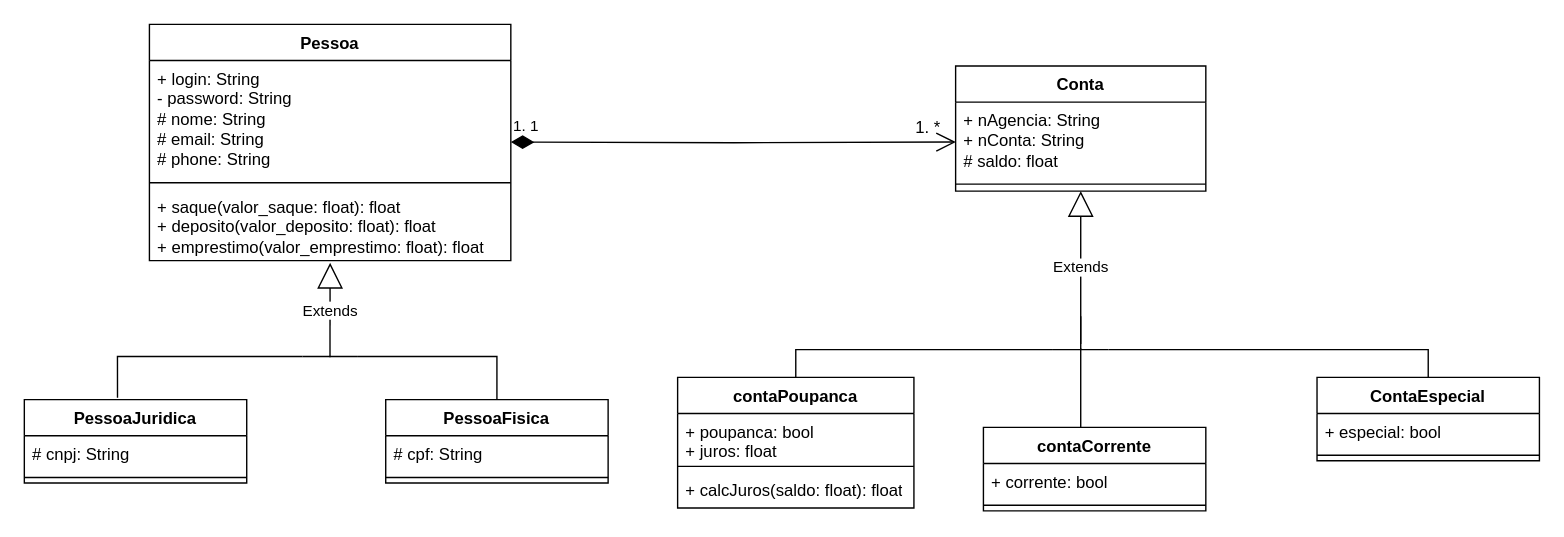
Before: Aula_02/Exercicios/ex001.drawio in Gabi-r7/Programacao_1_Cpp, a draw.io diagram. Source tidied: cells renumbered, new cells numbered last; positions are measured from the earlier drawing's top-left corner, leaving out a move shared by most shapes. Both pictures are drawn from the tidied source at 139%, with x=0, y=0 at pixel (24, 24).
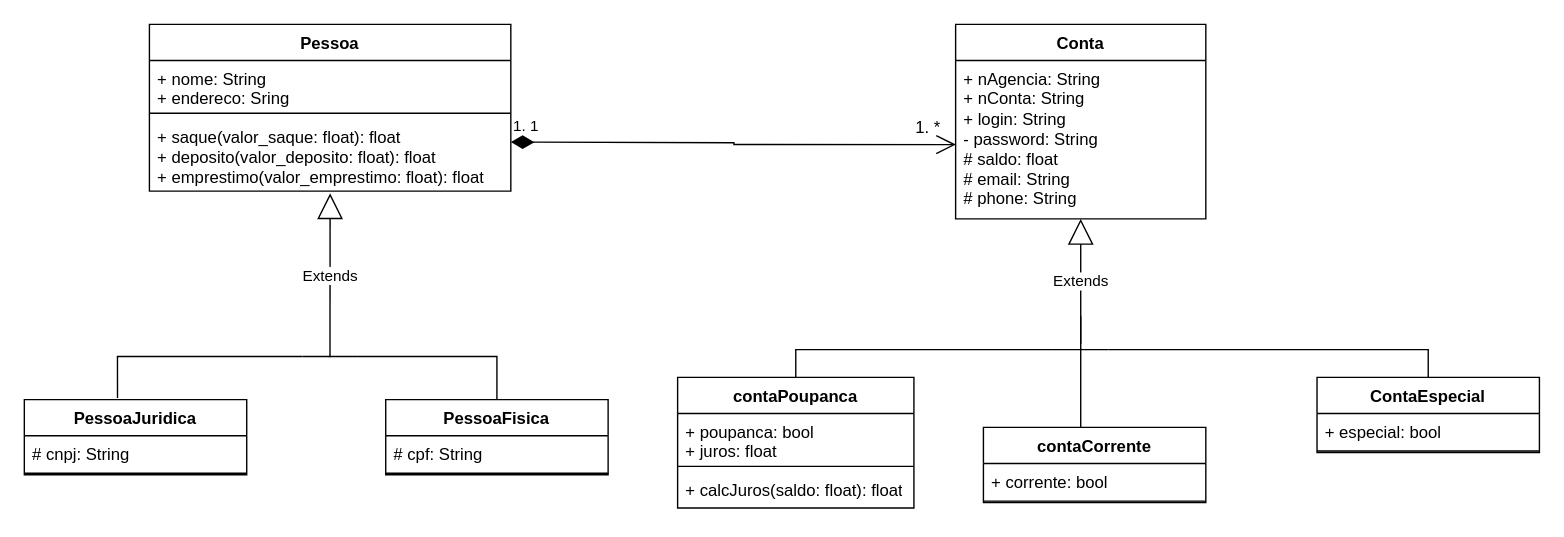
The same diagram, later.

Change to the diagram source:
```diff
@@
     <mxCell id="2" value="Pessoa" style="swimlane;fontStyle=1;align=center;verticalAlign=top;horizontal=1;startSize=26;whiteSpace=wrap;html=1;" parent="1" vertex="1">
-      <mxGeometry x="90" width="260" height="170" as="geometry" />
+      <mxGeometry x="90" width="260" height="120" as="geometry" />
     </mxCell>
-    <mxCell id="3" value="+ login: String&lt;div&gt;- password: String&lt;/div&gt;&lt;div&gt;# nome: String&lt;/div&gt;&lt;div&gt;# email: String&lt;/div&gt;&lt;div&gt;# phone: String&lt;/div&gt;" style="text;strokeColor=none;fillColor=none;align=left;verticalAlign=top;spacingLeft=4;spacingRight=4;overflow=hidden;whiteSpace=wrap;html=1;" parent="2" vertex="1">
-      <mxGeometry y="26" width="260" height="84" as="geometry" />
+    <mxCell id="3" value="&lt;div&gt;+ nome: String&lt;br&gt;&lt;/div&gt;&lt;div&gt;+ endereco: Sring&lt;/div&gt;" style="text;strokeColor=none;fillColor=none;align=left;verticalAlign=top;spacingLeft=4;spacingRight=4;overflow=hidden;whiteSpace=wrap;html=1;" parent="2" vertex="1">
+      <mxGeometry y="26" width="260" height="34" as="geometry" />
     </mxCell>
     <mxCell id="4" style="line;strokeWidth=1;fillColor=none;align=left;verticalAlign=middle;spacingTop=-1;spacingLeft=3;spacingRight=3;labelPosition=right;strokeColor=inherit;" parent="2" vertex="1">
-      <mxGeometry y="110" width="260" height="8" as="geometry" />
+      <mxGeometry y="60" width="260" height="8" as="geometry" />
     </mxCell>
     <mxCell id="5" value="+ saque(valor_saque: float): float&lt;div&gt;+ deposito(valor_deposito: float): float&lt;/div&gt;&lt;div&gt;+ emprestimo(valor_emprestimo: float): float&lt;/div&gt;" style="text;strokeColor=none;fillColor=none;align=left;verticalAlign=top;spacingLeft=4;spacingRight=4;overflow=hidden;points=[[0,0.5],[1,0.5]];portConstraint=eastwest;whiteSpace=wrap;html=1;rounded=0;glass=0;shadow=0;" parent="2" vertex="1">
-      <mxGeometry y="118" width="260" height="52" as="geometry" />
+      <mxGeometry y="68" width="260" height="52" as="geometry" />
     </mxCell>
     <mxCell id="6" value="Conta" style="swimlane;fontStyle=1;align=center;verticalAlign=top;horizontal=1;startSize=26;whiteSpace=wrap;html=1;" parent="1" vertex="1">
-      <mxGeometry x="670" y="30" width="180" height="90" as="geometry" />
+      <mxGeometry x="670" width="180" height="140" as="geometry" />
     </mxCell>
-    <mxCell id="7" value="&lt;div&gt;+ nAgencia: String&lt;/div&gt;&lt;div&gt;+ nConta: String&lt;/div&gt;# saldo: float" style="text;strokeColor=none;fillColor=none;align=left;verticalAlign=top;spacingLeft=4;spacingRight=4;overflow=hidden;points=[[0,0.5],[1,0.5]];portConstraint=eastwest;whiteSpace=wrap;html=1;" parent="6" vertex="1">
-      <mxGeometry y="26" width="180" height="54" as="geometry" />
+    <mxCell id="7" value="&lt;div&gt;+ nAgencia: String&lt;/div&gt;&lt;div&gt;&lt;span style=&quot;background-color: initial;&quot;&gt;+ nConta: String&lt;/span&gt;&lt;br&gt;&lt;/div&gt;&lt;div&gt;+ login: String&lt;div&gt;- password: String&lt;/div&gt;&lt;/div&gt;# saldo: float&lt;div&gt;&lt;div&gt;# email: String&lt;/div&gt;&lt;div&gt;# phone: String&lt;/div&gt;&lt;/div&gt;&lt;div&gt;&lt;br&gt;&lt;/div&gt;" style="text;strokeColor=none;fillColor=none;align=left;verticalAlign=top;spacingLeft=4;spacingRight=4;overflow=hidden;points=[[0,0.5],[1,0.5]];portConstraint=eastwest;whiteSpace=wrap;html=1;" parent="6" vertex="1">
+      <mxGeometry y="26" width="180" height="114" as="geometry" />
     </mxCell>
     <mxCell id="8" style="line;strokeWidth=1;fillColor=none;align=left;verticalAlign=middle;spacingTop=-1;spacingLeft=3;spacingRight=3;labelPosition=right;strokeColor=inherit;" parent="6" vertex="1">
-      <mxGeometry y="80" width="180" height="10" as="geometry" />
+      <mxGeometry y="140" width="180" as="geometry" />
     </mxCell>
     <mxCell id="9" value="PessoaJuridica" style="swimlane;fontStyle=1;align=center;verticalAlign=top;horizontal=1;startSize=26;whiteSpace=wrap;html=1;" parent="1" vertex="1">
-      <mxGeometry y="270" width="160" height="60" as="geometry" />
+      <mxGeometry y="270" width="160" height="54" as="geometry" />
     </mxCell>
@@
     <mxCell id="11" style="line;strokeWidth=1;fillColor=none;align=left;verticalAlign=middle;spacingTop=-1;spacingLeft=3;spacingRight=3;labelPosition=right;strokeColor=inherit;" parent="9" vertex="1">
-      <mxGeometry y="52" width="160" height="8" as="geometry" />
+      <mxGeometry y="52" width="160" height="2" as="geometry" />
     </mxCell>
     <mxCell id="12" value="PessoaFisica" style="swimlane;fontStyle=1;align=center;verticalAlign=top;horizontal=1;startSize=26;whiteSpace=wrap;html=1;" parent="1" vertex="1">
-      <mxGeometry x="260" y="270" width="160" height="60" as="geometry" />
+      <mxGeometry x="260" y="270" width="160" height="54" as="geometry" />
     </mxCell>
@@
     <mxCell id="14" style="line;strokeWidth=1;fillColor=none;align=left;verticalAlign=middle;spacingTop=-1;spacingLeft=3;spacingRight=3;labelPosition=right;strokeColor=inherit;" parent="12" vertex="1">
-      <mxGeometry y="52" width="160" height="8" as="geometry" />
+      <mxGeometry y="52" width="160" height="2" as="geometry" />
     </mxCell>
@@
     <mxCell id="24" value="ContaEspecial" style="swimlane;fontStyle=1;align=center;verticalAlign=top;horizontal=1;startSize=26;whiteSpace=wrap;html=1;" parent="1" vertex="1">
-      <mxGeometry x="930" y="254" width="160" height="60" as="geometry" />
+      <mxGeometry x="930" y="254" width="160" height="54" as="geometry" />
     </mxCell>
@@
     <mxCell id="26" style="line;strokeWidth=1;fillColor=none;align=left;verticalAlign=middle;spacingTop=-1;spacingLeft=3;spacingRight=3;labelPosition=right;strokeColor=inherit;" parent="24" vertex="1">
-      <mxGeometry y="52" width="160" height="8" as="geometry" />
+      <mxGeometry y="52" width="160" height="2" as="geometry" />
     </mxCell>
     <mxCell id="27" value="contaCorrente" style="swimlane;fontStyle=1;align=center;verticalAlign=top;horizontal=1;startSize=26;whiteSpace=wrap;html=1;" parent="1" vertex="1">
-      <mxGeometry x="690" y="290" width="160" height="60" as="geometry" />
+      <mxGeometry x="690" y="290" width="160" height="54" as="geometry" />
     </mxCell>
@@
     <mxCell id="29" style="line;strokeWidth=1;fillColor=none;align=left;verticalAlign=middle;spacingTop=-1;spacingLeft=3;spacingRight=3;labelPosition=right;strokeColor=inherit;" parent="27" vertex="1">
-      <mxGeometry y="52" width="160" height="8" as="geometry" />
+      <mxGeometry y="52" width="160" height="2" as="geometry" />
     </mxCell>
```
